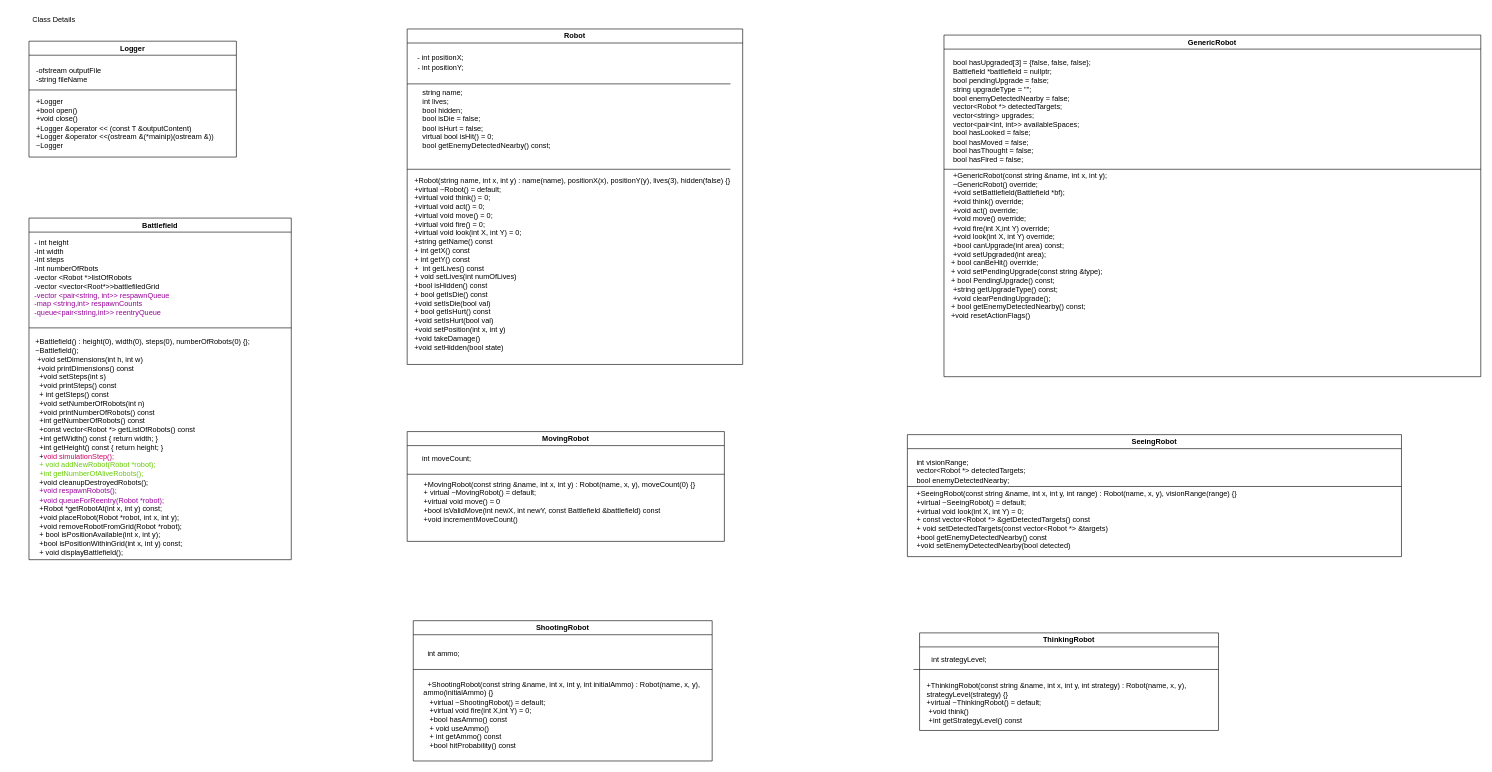
Above: Class_diagram/onfirmed/Class_details.drawio in LCHIN7X/RobooWaar (draw.io), before the change. Source tidied: cells renumbered, new cells numbered last; positions are measured from the earlier drawing's top-left corner, leaving out a move shared by most shapes. Both pictures are drawn from the tidied source at 61%, with x=0, y=0 at pixel (10, 10).
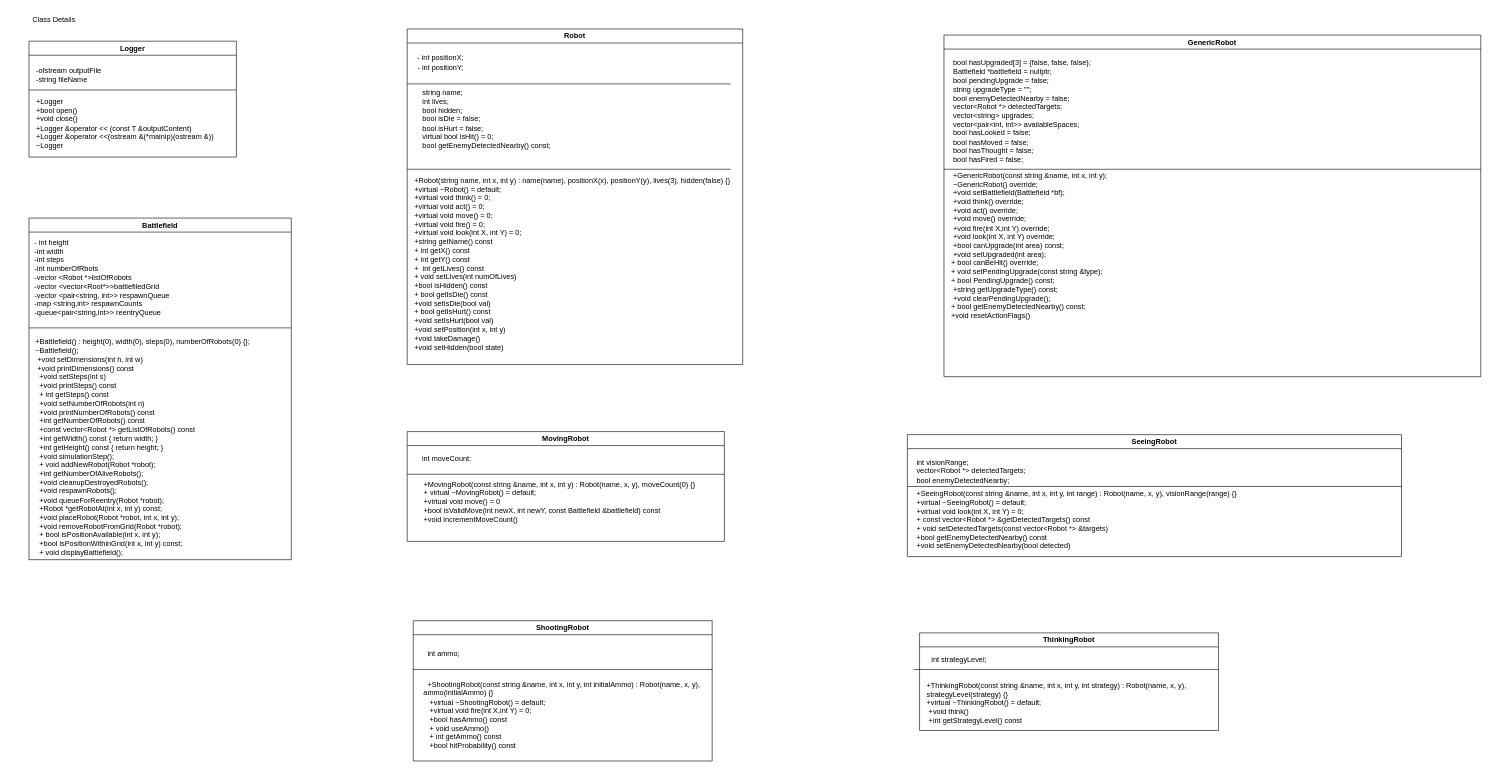
The same page after the edit.

The change refers to these unchanged cells:
```xml
<mxCell id="7" value="Battlefield" style="swimlane;whiteSpace=wrap;html=1;" parent="1" vertex="1">
  <mxGeometry x="30" y="340" width="430" height="560" as="geometry" />
</mxCell>
```

The edit, as a diff of the source:
```diff
@@
-    <mxCell id="8" value="&lt;div style=&quot;text-align: left;&quot;&gt;&lt;span style=&quot;background-color: transparent; color: light-dark(rgb(0, 0, 0), rgb(255, 255, 255));&quot;&gt;- int height&lt;/span&gt;&lt;/div&gt;&lt;div style=&quot;text-align: left;&quot;&gt;-int width&lt;/div&gt;&lt;div style=&quot;text-align: left;&quot;&gt;-int steps&lt;/div&gt;&lt;div style=&quot;text-align: left;&quot;&gt;-int numberOfRbots&lt;/div&gt;&lt;div style=&quot;text-align: left;&quot;&gt;-vector &amp;lt;Robot *&amp;gt;listOfRobots&lt;/div&gt;&lt;div style=&quot;text-align: left;&quot;&gt;-vector &amp;lt;vector&amp;lt;Root*&amp;gt;&amp;gt;battlefiledGrid&lt;/div&gt;&lt;div style=&quot;text-align: left;&quot;&gt;&lt;font style=&quot;color: rgb(153, 0, 153);&quot;&gt;-v&lt;/font&gt;&lt;font style=&quot;color: rgb(153, 0, 153);&quot;&gt;ector &amp;lt;pair&amp;lt;string, int&amp;gt;&amp;gt; respawnQueue&lt;/font&gt;&lt;/div&gt;&lt;div style=&quot;text-align: left;&quot;&gt;&lt;font style=&quot;color: rgb(153, 0, 153);&quot;&gt;-map &amp;lt;string,int&amp;gt; respawnCounts&lt;/font&gt;&lt;/div&gt;&lt;div style=&quot;text-align: left;&quot;&gt;&lt;font style=&quot;color: rgb(153, 0, 153);&quot;&gt;-queue&amp;lt;pair&amp;lt;string,int&amp;gt;&amp;gt; reentryQueue&lt;/font&gt;&lt;/div&gt;&lt;div style=&quot;text-align: left;&quot;&gt;&lt;font style=&quot;color: rgb(153, 0, 153);&quot;&gt;&lt;br&gt;&lt;/font&gt;&lt;/div&gt;" style="text;html=1;align=center;verticalAlign=middle;whiteSpace=wrap;rounded=0;" parent="7" vertex="1">
+    <mxCell id="8" value="&lt;div style=&quot;text-align: left;&quot;&gt;&lt;span style=&quot;background-color: transparent;&quot;&gt;&lt;font style=&quot;color: rgb(0, 0, 0);&quot;&gt;- int height&lt;/font&gt;&lt;/span&gt;&lt;/div&gt;&lt;div style=&quot;text-align: left;&quot;&gt;&lt;font style=&quot;color: rgb(0, 0, 0);&quot;&gt;-int width&lt;/font&gt;&lt;/div&gt;&lt;div style=&quot;text-align: left;&quot;&gt;&lt;font style=&quot;color: rgb(0, 0, 0);&quot;&gt;-int steps&lt;/font&gt;&lt;/div&gt;&lt;div style=&quot;text-align: left;&quot;&gt;&lt;font style=&quot;color: rgb(0, 0, 0);&quot;&gt;-int numberOfRbots&lt;/font&gt;&lt;/div&gt;&lt;div style=&quot;text-align: left;&quot;&gt;&lt;font style=&quot;color: rgb(0, 0, 0);&quot;&gt;-vector &amp;lt;Robot *&amp;gt;listOfRobots&lt;/font&gt;&lt;/div&gt;&lt;div style=&quot;text-align: left;&quot;&gt;&lt;font style=&quot;color: rgb(0, 0, 0);&quot;&gt;-vector &amp;lt;vector&amp;lt;Root*&amp;gt;&amp;gt;battlefiledGrid&lt;/font&gt;&lt;/div&gt;&lt;div style=&quot;text-align: left;&quot;&gt;&lt;font style=&quot;color: rgb(0, 0, 0);&quot;&gt;&lt;font&gt;-v&lt;/font&gt;&lt;font&gt;ector &amp;lt;pair&amp;lt;string, int&amp;gt;&amp;gt; respawnQueue&lt;/font&gt;&lt;/font&gt;&lt;/div&gt;&lt;div style=&quot;text-align: left;&quot;&gt;&lt;font style=&quot;color: rgb(0, 0, 0);&quot;&gt;-map &amp;lt;string,int&amp;gt; respawnCounts&lt;/font&gt;&lt;/div&gt;&lt;div style=&quot;text-align: left;&quot;&gt;&lt;font style=&quot;color: rgb(0, 0, 0);&quot;&gt;-queue&amp;lt;pair&amp;lt;string,int&amp;gt;&amp;gt; reentryQueue&lt;/font&gt;&lt;/div&gt;&lt;div style=&quot;text-align: left;&quot;&gt;&lt;font style=&quot;color: rgb(153, 0, 153);&quot;&gt;&lt;br&gt;&lt;/font&gt;&lt;/div&gt;" style="text;html=1;align=center;verticalAlign=middle;whiteSpace=wrap;rounded=0;" parent="7" vertex="1">
       <mxGeometry x="-30" y="90" width="300" height="30" as="geometry" />
     </mxCell>
@@
-    <mxCell id="10" value="&lt;div style=&quot;text-align: left;&quot;&gt;&amp;nbsp;+Battlefield() : height(0), width(0), steps(0), numberOfRobots(0) {};&lt;/div&gt;&lt;div style=&quot;text-align: left;&quot;&gt;&amp;nbsp;~Battlefield();&lt;/div&gt;&lt;div style=&quot;text-align: left;&quot;&gt;&amp;nbsp; +void setDimensions(int h, int w)&lt;/div&gt;&lt;div style=&quot;text-align: left;&quot;&gt;&amp;nbsp; +void printDimensions() const&lt;/div&gt;&lt;div style=&quot;text-align: left;&quot;&gt;&amp;nbsp; &amp;nbsp;+void setSteps(int s)&lt;/div&gt;&lt;div style=&quot;text-align: left;&quot;&gt;&amp;nbsp; &amp;nbsp;+void printSteps() const&lt;/div&gt;&lt;div style=&quot;text-align: left;&quot;&gt;&amp;nbsp; &amp;nbsp;+ int getSteps() const&lt;/div&gt;&lt;div style=&quot;text-align: left;&quot;&gt;&amp;nbsp; &amp;nbsp;+void setNumberOfRobots(int n)&lt;/div&gt;&lt;div style=&quot;text-align: left;&quot;&gt;&amp;nbsp; &amp;nbsp;+void printNumberOfRobots() const&lt;/div&gt;&lt;div style=&quot;text-align: left;&quot;&gt;&amp;nbsp; &amp;nbsp;+int getNumberOfRobots() const&lt;/div&gt;&lt;div style=&quot;text-align: left;&quot;&gt;&amp;nbsp; &amp;nbsp;+const vector&amp;lt;Robot *&amp;gt; getListOfRobots() const&lt;/div&gt;&lt;div&gt;&lt;div style=&quot;text-align: left;&quot;&gt;&amp;nbsp; &amp;nbsp;+int getWidth() const { return width; }&lt;/div&gt;&lt;div style=&quot;text-align: left;&quot;&gt;&amp;nbsp; &amp;nbsp;+int getHeight() const { return height; }&lt;/div&gt;&lt;/div&gt;&lt;div&gt;&lt;div style=&quot;text-align: left;&quot;&gt;&amp;nbsp; &amp;nbsp;+&lt;font style=&quot;color: rgb(204, 0, 102);&quot;&gt;void simulationStep();&lt;/font&gt;&lt;/div&gt;&lt;div style=&quot;text-align: left;&quot;&gt;&amp;nbsp; &lt;font style=&quot;color: rgb(102, 204, 0);&quot;&gt;&amp;nbsp;+ void addNewRobot(Robot *robot);&lt;/font&gt;&lt;/div&gt;&lt;div style=&quot;text-align: left;&quot;&gt;&lt;font style=&quot;color: rgb(102, 204, 0);&quot;&gt;&amp;nbsp; &amp;nbsp;+int getNumberOfAliveRobots();&lt;/font&gt;&lt;/div&gt;&lt;div style=&quot;text-align: left;&quot;&gt;&amp;nbsp; &amp;nbsp;+void cleanupDestroyedRobots();&lt;/div&gt;&lt;div style=&quot;text-align: left;&quot;&gt;&amp;nbsp; &lt;font style=&quot;color: rgb(153, 0, 153);&quot;&gt;&amp;nbsp;+void respawnRobots();&lt;/font&gt;&lt;/div&gt;&lt;div style=&quot;text-align: left;&quot;&gt;&lt;font style=&quot;color: rgb(153, 0, 153);&quot;&gt;&amp;nbsp; &amp;nbsp;+void queueForReentry(Robot *robot);&lt;/font&gt;&lt;/div&gt;&lt;/div&gt;&lt;div&gt;&lt;div style=&quot;text-align: left;&quot;&gt;&amp;nbsp; &amp;nbsp;+Robot *getRobotAt(int x, int y) const;&lt;/div&gt;&lt;div style=&quot;text-align: left;&quot;&gt;&amp;nbsp; &amp;nbsp;+void placeRobot(Robot *robot, int x, int y);&lt;/div&gt;&lt;div style=&quot;text-align: left;&quot;&gt;&amp;nbsp; &amp;nbsp;+void removeRobotFromGrid(Robot *robot);&lt;/div&gt;&lt;div style=&quot;text-align: left;&quot;&gt;&amp;nbsp; &amp;nbsp;+ bool isPositionAvailable(int x, int y);&lt;/div&gt;&lt;div style=&quot;text-align: left;&quot;&gt;&amp;nbsp; &amp;nbsp;+bool isPositionWithinGrid(int x, int y) const;&lt;/div&gt;&lt;div style=&quot;text-align: left;&quot;&gt;&amp;nbsp; &amp;nbsp;+ void displayBattlefield();&lt;/div&gt;&lt;/div&gt;&lt;div style=&quot;text-align: left;&quot;&gt;&lt;br&gt;&lt;/div&gt;&lt;div style=&quot;text-align: left;&quot;&gt;&lt;br&gt;&lt;/div&gt;&lt;div style=&quot;text-align: left;&quot;&gt;&lt;br&gt;&lt;/div&gt;&lt;div style=&quot;text-align: left;&quot;&gt;&lt;br&gt;&lt;/div&gt;&lt;div&gt;&lt;br&gt;&lt;/div&gt;&lt;div&gt;&lt;br&gt;&lt;/div&gt;&lt;div&gt;&lt;br&gt;&lt;/div&gt;&lt;div&gt;&lt;br&gt;&lt;/div&gt;&lt;div&gt;&lt;br&gt;&lt;/div&gt;&lt;div&gt;&lt;br&gt;&lt;/div&gt;&lt;div&gt;&lt;br&gt;&lt;/div&gt;" style="text;html=1;align=center;verticalAlign=middle;whiteSpace=wrap;rounded=0;" parent="1" vertex="1">
+    <mxCell id="10" value="&lt;div style=&quot;text-align: left;&quot;&gt;&lt;font style=&quot;color: rgb(0, 0, 0);&quot;&gt;&amp;nbsp;+Battlefield() : height(0), width(0), steps(0), numberOfRobots(0) {};&lt;/font&gt;&lt;/div&gt;&lt;div style=&quot;text-align: left;&quot;&gt;&lt;font style=&quot;color: rgb(0, 0, 0);&quot;&gt;&amp;nbsp;~Battlefield();&lt;/font&gt;&lt;/div&gt;&lt;div style=&quot;text-align: left;&quot;&gt;&lt;font style=&quot;color: rgb(0, 0, 0);&quot;&gt;&amp;nbsp; +void setDimensions(int h, int w)&lt;/font&gt;&lt;/div&gt;&lt;div style=&quot;text-align: left;&quot;&gt;&lt;font style=&quot;color: rgb(0, 0, 0);&quot;&gt;&amp;nbsp; +void printDimensions() const&lt;/font&gt;&lt;/div&gt;&lt;div style=&quot;text-align: left;&quot;&gt;&lt;font style=&quot;color: rgb(0, 0, 0);&quot;&gt;&amp;nbsp; &amp;nbsp;+void setSteps(int s)&lt;/font&gt;&lt;/div&gt;&lt;div style=&quot;text-align: left;&quot;&gt;&lt;font style=&quot;color: rgb(0, 0, 0);&quot;&gt;&amp;nbsp; &amp;nbsp;+void printSteps() const&lt;/font&gt;&lt;/div&gt;&lt;div style=&quot;text-align: left;&quot;&gt;&lt;font style=&quot;color: rgb(0, 0, 0);&quot;&gt;&amp;nbsp; &amp;nbsp;+ int getSteps() const&lt;/font&gt;&lt;/div&gt;&lt;div style=&quot;text-align: left;&quot;&gt;&lt;font style=&quot;color: rgb(0, 0, 0);&quot;&gt;&amp;nbsp; &amp;nbsp;+void setNumberOfRobots(int n)&lt;/font&gt;&lt;/div&gt;&lt;div style=&quot;text-align: left;&quot;&gt;&lt;font style=&quot;color: rgb(0, 0, 0);&quot;&gt;&amp;nbsp; &amp;nbsp;+void printNumberOfRobots() const&lt;/font&gt;&lt;/div&gt;&lt;div style=&quot;text-align: left;&quot;&gt;&lt;font style=&quot;color: rgb(0, 0, 0);&quot;&gt;&amp;nbsp; &amp;nbsp;+int getNumberOfRobots() const&lt;/font&gt;&lt;/div&gt;&lt;div style=&quot;text-align: left;&quot;&gt;&lt;font style=&quot;color: rgb(0, 0, 0);&quot;&gt;&amp;nbsp; &amp;nbsp;+const vector&amp;lt;Robot *&amp;gt; getListOfRobots() const&lt;/font&gt;&lt;/div&gt;&lt;div&gt;&lt;div style=&quot;text-align: left;&quot;&gt;&lt;font style=&quot;color: rgb(0, 0, 0);&quot;&gt;&amp;nbsp; &amp;nbsp;+int getWidth() const { return width; }&lt;/font&gt;&lt;/div&gt;&lt;div style=&quot;text-align: left;&quot;&gt;&lt;font style=&quot;color: rgb(0, 0, 0);&quot;&gt;&amp;nbsp; &amp;nbsp;+int getHeight() const { return height; }&lt;/font&gt;&lt;/div&gt;&lt;/div&gt;&lt;div&gt;&lt;div style=&quot;text-align: left;&quot;&gt;&lt;font style=&quot;color: rgb(0, 0, 0);&quot;&gt;&amp;nbsp; &amp;nbsp;&lt;font&gt;+&lt;font&gt;void simulationStep();&lt;/font&gt;&lt;/font&gt;&lt;/font&gt;&lt;/div&gt;&lt;div style=&quot;text-align: left;&quot;&gt;&lt;font style=&quot;color: rgb(0, 0, 0);&quot;&gt;&amp;nbsp; &lt;font&gt;&amp;nbsp;+ void addNewRobot(Robot *robot);&lt;/font&gt;&lt;/font&gt;&lt;/div&gt;&lt;div style=&quot;text-align: left;&quot;&gt;&lt;font style=&quot;color: rgb(0, 0, 0);&quot;&gt;&amp;nbsp; &amp;nbsp;+int getNumberOfAliveRobots();&lt;/font&gt;&lt;/div&gt;&lt;div style=&quot;text-align: left;&quot;&gt;&lt;font style=&quot;color: rgb(0, 0, 0);&quot;&gt;&amp;nbsp; &amp;nbsp;+void cleanupDestroyedRobots();&lt;/font&gt;&lt;/div&gt;&lt;div style=&quot;text-align: left;&quot;&gt;&lt;font style=&quot;color: rgb(0, 0, 0);&quot;&gt;&amp;nbsp; &lt;font&gt;&amp;nbsp;+void respawnRobots();&lt;/font&gt;&lt;/font&gt;&lt;/div&gt;&lt;div style=&quot;text-align: left;&quot;&gt;&lt;font style=&quot;color: rgb(0, 0, 0);&quot;&gt;&amp;nbsp; &amp;nbsp;+void queueForReentry(Robot *robot);&lt;/font&gt;&lt;/div&gt;&lt;/div&gt;&lt;div&gt;&lt;div style=&quot;text-align: left;&quot;&gt;&lt;font style=&quot;color: rgb(0, 0, 0);&quot;&gt;&amp;nbsp; &amp;nbsp;+Robot *getRobotAt(int x, int y) const;&lt;/font&gt;&lt;/div&gt;&lt;div style=&quot;text-align: left;&quot;&gt;&lt;font style=&quot;color: rgb(0, 0, 0);&quot;&gt;&amp;nbsp; &amp;nbsp;+void placeRobot(Robot *robot, int x, int y);&lt;/font&gt;&lt;/div&gt;&lt;div style=&quot;text-align: left;&quot;&gt;&lt;font style=&quot;color: rgb(0, 0, 0);&quot;&gt;&amp;nbsp; &amp;nbsp;+void removeRobotFromGrid(Robot *robot);&lt;/font&gt;&lt;/div&gt;&lt;div style=&quot;text-align: left;&quot;&gt;&lt;font style=&quot;color: rgb(0, 0, 0);&quot;&gt;&amp;nbsp; &amp;nbsp;+ bool isPositionAvailable(int x, int y);&lt;/font&gt;&lt;/div&gt;&lt;div style=&quot;text-align: left;&quot;&gt;&lt;font style=&quot;color: rgb(0, 0, 0);&quot;&gt;&amp;nbsp; &amp;nbsp;+bool isPositionWithinGrid(int x, int y) const;&lt;/font&gt;&lt;/div&gt;&lt;div style=&quot;text-align: left;&quot;&gt;&lt;font style=&quot;color: rgb(0, 0, 0);&quot;&gt;&amp;nbsp; &amp;nbsp;+ void displayBattlefield();&lt;/font&gt;&lt;/div&gt;&lt;/div&gt;&lt;div style=&quot;text-align: left;&quot;&gt;&lt;font style=&quot;color: rgb(0, 0, 0);&quot;&gt;&lt;br&gt;&lt;/font&gt;&lt;/div&gt;&lt;div style=&quot;text-align: left;&quot;&gt;&lt;font style=&quot;color: rgb(0, 0, 0);&quot;&gt;&lt;br&gt;&lt;/font&gt;&lt;/div&gt;&lt;div style=&quot;text-align: left;&quot;&gt;&lt;font style=&quot;color: rgb(0, 0, 0);&quot;&gt;&lt;br&gt;&lt;/font&gt;&lt;/div&gt;&lt;div style=&quot;text-align: left;&quot;&gt;&lt;font style=&quot;color: rgb(0, 0, 0);&quot;&gt;&lt;br&gt;&lt;/font&gt;&lt;/div&gt;&lt;div&gt;&lt;font style=&quot;color: rgb(0, 0, 0);&quot;&gt;&lt;br&gt;&lt;/font&gt;&lt;/div&gt;&lt;div&gt;&lt;font style=&quot;color: rgb(0, 0, 0);&quot;&gt;&lt;br&gt;&lt;/font&gt;&lt;/div&gt;&lt;div&gt;&lt;font style=&quot;color: rgb(0, 0, 0);&quot;&gt;&lt;br&gt;&lt;/font&gt;&lt;/div&gt;&lt;div&gt;&lt;font style=&quot;color: rgb(0, 0, 0);&quot;&gt;&lt;br&gt;&lt;/font&gt;&lt;/div&gt;&lt;div&gt;&lt;font style=&quot;color: rgb(0, 0, 0);&quot;&gt;&lt;br&gt;&lt;/font&gt;&lt;/div&gt;&lt;div&gt;&lt;font style=&quot;color: rgb(0, 0, 0);&quot;&gt;&lt;br&gt;&lt;/font&gt;&lt;/div&gt;&lt;div&gt;&lt;br&gt;&lt;/div&gt;" style="text;html=1;align=center;verticalAlign=middle;whiteSpace=wrap;rounded=0;" parent="1" vertex="1">
       <mxGeometry x="10" y="780" width="410" height="30" as="geometry" />
     </mxCell>
```
